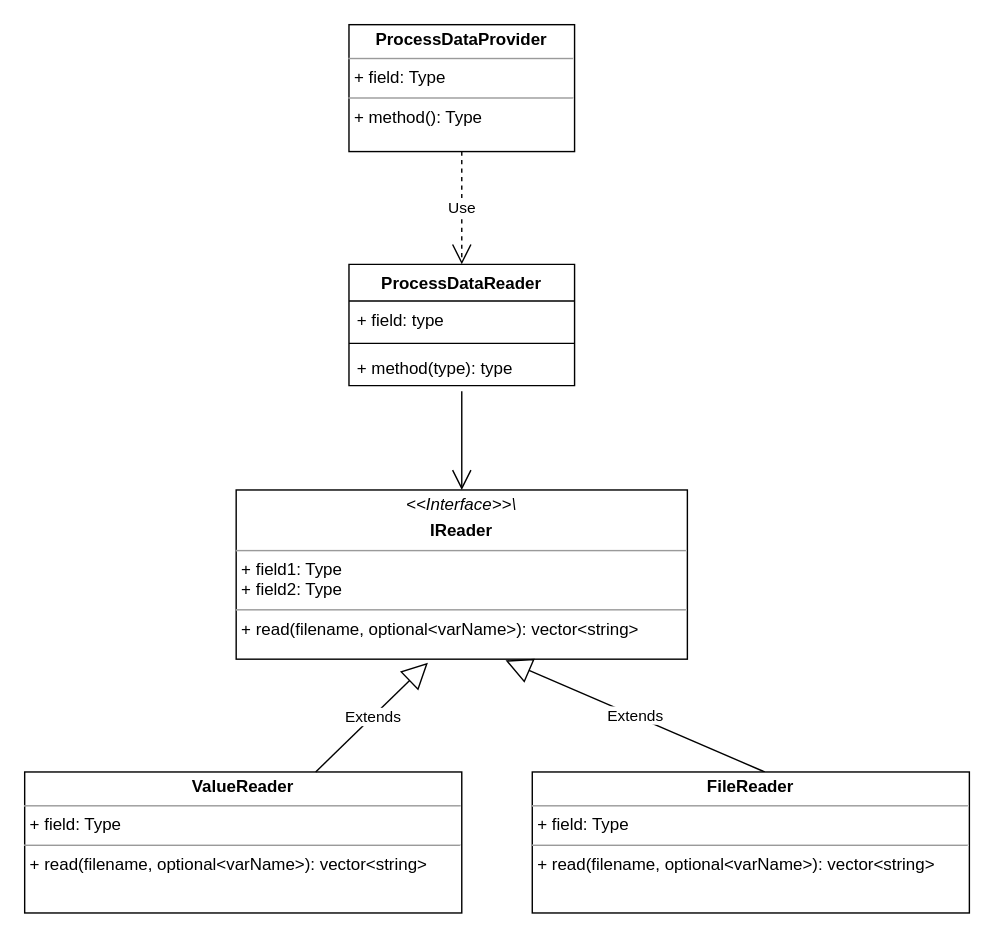
Before: diagrams/reader_diagram.drawio in Sidewinder22/Side-Process-Manager, a draw.io diagram. Source tidied: cells renumbered, new cells numbered last; positions are measured from the earlier drawing's top-left corner, leaving out a move shared by most shapes. Both pictures are drawn from the tidied source at 141%, with x=0, y=0 at pixel (24, 24).
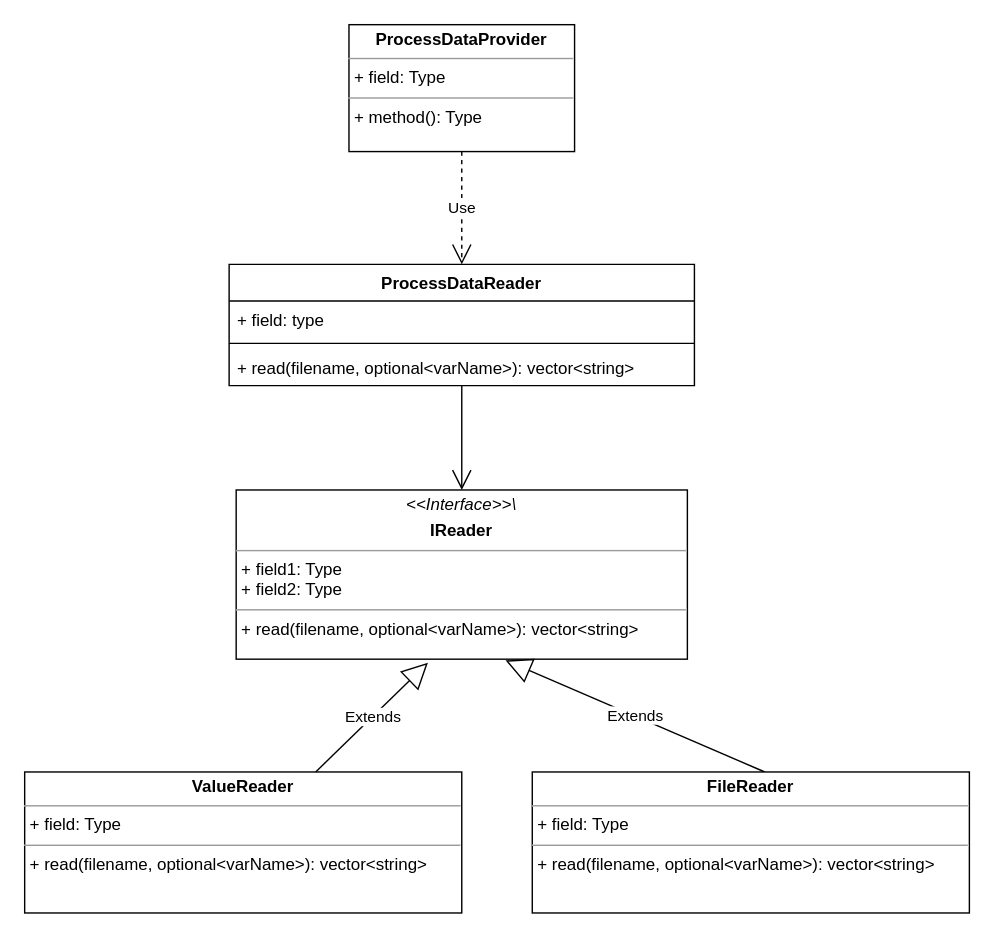
Above is the later version.

Diff of the diagram source:
```diff
@@
 <mxGraphModel>
   <root>
     <mxCell id="0" />
     <mxCell id="1" parent="0" />
     <mxCell id="2" value="ProcessDataReader&#10;" style="swimlane;fontStyle=1;align=center;verticalAlign=top;horizontal=1;startSize=26;" parent="1" vertex="1">
-      <mxGeometry x="230" y="170" width="160" height="86" as="geometry" />
+      <mxGeometry x="145" y="170" width="330" height="86" as="geometry" />
     </mxCell>
     <mxCell id="3" value="+ field: type" style="text;strokeColor=none;fillColor=none;align=left;verticalAlign=top;spacingLeft=4;spacingRight=4;overflow=hidden;" parent="2" vertex="1">
-      <mxGeometry y="26" width="160" height="26" as="geometry" />
+      <mxGeometry y="26" width="330" height="26" as="geometry" />
     </mxCell>
     <mxCell id="4" style="line;strokeWidth=1;fillColor=none;align=left;verticalAlign=middle;spacingTop=-1;spacingLeft=3;spacingRight=3;labelPosition=right;strokeColor=inherit;" parent="2" vertex="1">
-      <mxGeometry y="52" width="160" height="8" as="geometry" />
+      <mxGeometry y="52" width="330" height="8" as="geometry" />
     </mxCell>
-    <mxCell id="5" value="+ method(type): type" style="text;strokeColor=none;fillColor=none;align=left;verticalAlign=top;spacingLeft=4;spacingRight=4;overflow=hidden;" parent="2" vertex="1">
-      <mxGeometry y="60" width="160" height="26" as="geometry" />
+    <mxCell id="5" value="+ read(filename, optional&lt;varName&gt;): vector&lt;string&gt;" style="text;strokeColor=none;fillColor=none;align=left;verticalAlign=top;spacingLeft=4;spacingRight=4;overflow=hidden;" parent="2" vertex="1">
+      <mxGeometry y="60" width="330" height="26" as="geometry" />
     </mxCell>
-    <mxCell id="6" style="endArrow=open;endFill=1;endSize=12;html=1;rounded=0;" parent="1" edge="1" target="9">
-      <mxGeometry relative="1" as="geometry">
-        <mxPoint x="310" y="260" as="sourcePoint" />
-      </mxGeometry>
+    <mxCell id="6" style="endArrow=open;endFill=1;endSize=12;html=1;rounded=0;exitX=0.5;exitY=1;exitDx=0;exitDy=0;" parent="1" edge="1" source="2" target="9">
+      <mxGeometry relative="1" as="geometry" />
     </mxCell>
     <mxCell id="7" value="&lt;p style=&quot;margin:0px;margin-top:4px;text-align:center;&quot;&gt;&lt;b&gt;ValueReader&lt;/b&gt;&lt;/p&gt;&lt;hr size=&quot;1&quot;&gt;&lt;p style=&quot;margin:0px;margin-left:4px;&quot;&gt;+ field: Type&lt;/p&gt;&lt;hr size=&quot;1&quot;&gt;&lt;p style=&quot;margin:0px;margin-left:4px;&quot;&gt;+ read(filename, optional&amp;lt;varName&amp;gt;): vector&amp;lt;string&amp;gt;&lt;/p&gt;" style="verticalAlign=top;align=left;overflow=fill;fontSize=12;fontFamily=Helvetica;html=1;" parent="1" vertex="1">
       <mxGeometry y="530" width="310" height="100" as="geometry" />
     </mxCell>
     <mxCell id="8" value="Extends" style="endArrow=block;endSize=16;endFill=0;html=1;rounded=0;entryX=0.425;entryY=1.021;entryDx=0;entryDy=0;entryPerimeter=0;" parent="1" edge="1" source="7" target="9">
       <mxGeometry relative="1" as="geometry" />
     </mxCell>
     <mxCell id="9" value="&lt;p style=&quot;margin:0px;margin-top:4px;text-align:center;&quot;&gt;&lt;i&gt;&amp;lt;&amp;lt;Interface&amp;gt;&amp;gt;\&lt;/i&gt;&lt;/p&gt;&lt;p style=&quot;margin:0px;margin-top:4px;text-align:center;&quot;&gt;&lt;b&gt;IReader&lt;/b&gt;&lt;/p&gt;&lt;hr size=&quot;1&quot;&gt;&lt;p style=&quot;margin:0px;margin-left:4px;&quot;&gt;+ field1: Type&lt;br&gt;+ field2: Type&lt;/p&gt;&lt;hr size=&quot;1&quot;&gt;&lt;p style=&quot;margin:0px;margin-left:4px;&quot;&gt;+ read(filename, optional&amp;lt;varName&amp;gt;): vector&amp;lt;string&amp;gt;&lt;br&gt;&lt;/p&gt;" style="verticalAlign=top;align=left;overflow=fill;fontSize=12;fontFamily=Helvetica;html=1;" parent="1" vertex="1">
       <mxGeometry x="150" y="330" width="320" height="120" as="geometry" />
     </mxCell>
     <mxCell id="10" value="&lt;p style=&quot;margin:0px;margin-top:4px;text-align:center;&quot;&gt;&lt;b&gt;ProcessDataProvider&lt;/b&gt;&lt;/p&gt;&lt;hr size=&quot;1&quot;&gt;&lt;p style=&quot;margin:0px;margin-left:4px;&quot;&gt;+ field: Type&lt;/p&gt;&lt;hr size=&quot;1&quot;&gt;&lt;p style=&quot;margin:0px;margin-left:4px;&quot;&gt;+ method(): Type&lt;/p&gt;" style="verticalAlign=top;align=left;overflow=fill;fontSize=12;fontFamily=Helvetica;html=1;" parent="1" vertex="1">
       <mxGeometry x="230" width="160" height="90" as="geometry" />
     </mxCell>
     <mxCell id="11" value="Use" style="endArrow=open;endSize=12;dashed=1;html=1;rounded=0;entryX=0.5;entryY=0;entryDx=0;entryDy=0;exitX=0.5;exitY=1;exitDx=0;exitDy=0;" parent="1" edge="1" source="10" target="2">
       <mxGeometry relative="1" as="geometry" />
     </mxCell>
     <mxCell id="12" value="Extends" style="endArrow=block;endSize=16;endFill=0;html=1;rounded=0;entryX=0.597;entryY=1.007;entryDx=0;entryDy=0;entryPerimeter=0;exitX=0.532;exitY=0;exitDx=0;exitDy=0;exitPerimeter=0;" parent="1" edge="1" source="13" target="9">
       <mxGeometry relative="1" as="geometry" />
     </mxCell>
     <mxCell id="13" value="&lt;p style=&quot;margin:0px;margin-top:4px;text-align:center;&quot;&gt;&lt;b&gt;FileReader&lt;/b&gt;&lt;/p&gt;&lt;hr size=&quot;1&quot;&gt;&lt;p style=&quot;margin:0px;margin-left:4px;&quot;&gt;+ field: Type&lt;/p&gt;&lt;hr size=&quot;1&quot;&gt;&lt;p style=&quot;margin:0px;margin-left:4px;&quot;&gt;+ read(filename, optional&amp;lt;varName&amp;gt;): vector&amp;lt;string&amp;gt;&lt;/p&gt;" style="verticalAlign=top;align=left;overflow=fill;fontSize=12;fontFamily=Helvetica;html=1;" parent="1" vertex="1">
       <mxGeometry x="360" y="530" width="310" height="100" as="geometry" />
     </mxCell>
   </root>
 </mxGraphModel>
```
